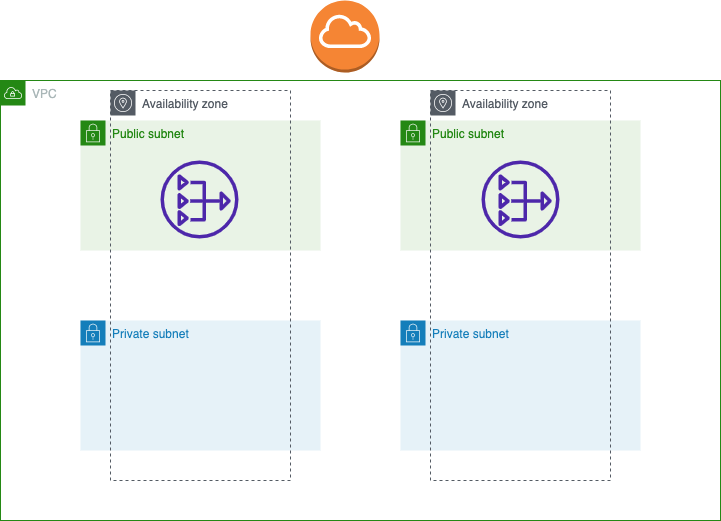
The draw.io diagram iac-tf.drawio.png in kpng/iac-tf, before a commit. Source tidied: cells renumbered, new cells last; positions are measured from the earlier drawing's top-left corner, leaving out a move shared by most shapes.
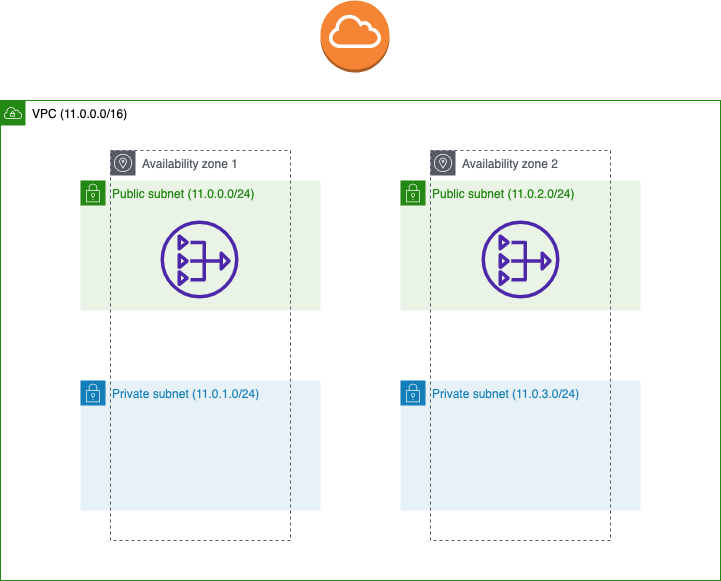
After the commit.

What changed in the source:
```diff
@@ -2,35 +2,35 @@
   <root>
     <mxCell id="0" />
     <mxCell id="1" parent="0" />
-    <mxCell id="2" value="VPC" style="gradientColor=none;html=1;whiteSpace=wrap;fontSize=12;fontStyle=0;shape=mxgraph.aws4.group;grIcon=mxgraph.aws4.group_vpc;strokeColor=#248814;fillColor=none;verticalAlign=top;align=left;spacingLeft=30;fontColor=#AAB7B8;dashed=0;" parent="1" vertex="1">
-      <mxGeometry y="80" width="720" height="440" as="geometry" />
+    <mxCell id="2" value="&lt;font color=&quot;#000000&quot;&gt;VPC (11.0.0.0/16)&lt;/font&gt;" style="gradientColor=none;html=1;whiteSpace=wrap;fontSize=12;fontStyle=0;shape=mxgraph.aws4.group;grIcon=mxgraph.aws4.group_vpc;strokeColor=#248814;fillColor=none;verticalAlign=top;align=left;spacingLeft=30;fontColor=#AAB7B8;dashed=0;" parent="1" vertex="1">
+      <mxGeometry y="40" width="720" height="480" as="geometry" />
     </mxCell>
-    <mxCell id="3" value="Private subnet" style="gradientColor=none;html=1;whiteSpace=wrap;fontSize=12;fontStyle=0;shape=mxgraph.aws4.group;grIcon=mxgraph.aws4.group_security_group;grStroke=0;strokeColor=#147EBA;fillColor=#E6F2F8;verticalAlign=top;align=left;spacingLeft=30;fontColor=#147EBA;dashed=0;" parent="2" vertex="1">
-      <mxGeometry x="80" y="240" width="240" height="130" as="geometry" />
+    <mxCell id="3" value="Private subnet (11.0.1.0/24)" style="gradientColor=none;html=1;whiteSpace=wrap;fontSize=12;fontStyle=0;shape=mxgraph.aws4.group;grIcon=mxgraph.aws4.group_security_group;grStroke=0;strokeColor=#147EBA;fillColor=#E6F2F8;verticalAlign=top;align=left;spacingLeft=30;fontColor=#147EBA;dashed=0;" parent="2" vertex="1">
+      <mxGeometry x="80" y="280" width="240" height="130" as="geometry" />
     </mxCell>
-    <mxCell id="4" value="Public subnet" style="gradientColor=none;html=1;whiteSpace=wrap;fontSize=12;fontStyle=0;shape=mxgraph.aws4.group;grIcon=mxgraph.aws4.group_security_group;grStroke=0;strokeColor=#248814;fillColor=#E9F3E6;verticalAlign=top;align=left;spacingLeft=30;fontColor=#248814;dashed=0;" parent="2" vertex="1">
-      <mxGeometry x="80" y="40" width="240" height="130" as="geometry" />
+    <mxCell id="4" value="Public subnet (11.0.0.0/24)" style="gradientColor=none;html=1;whiteSpace=wrap;fontSize=12;fontStyle=0;shape=mxgraph.aws4.group;grIcon=mxgraph.aws4.group_security_group;grStroke=0;strokeColor=#248814;fillColor=#E9F3E6;verticalAlign=top;align=left;spacingLeft=30;fontColor=#248814;dashed=0;" parent="2" vertex="1">
+      <mxGeometry x="80" y="80" width="240" height="130" as="geometry" />
     </mxCell>
-    <mxCell id="5" value="Availability zone" style="sketch=0;gradientColor=none;html=1;whiteSpace=wrap;fontSize=12;fontStyle=0;shape=mxgraph.aws4.group;grIcon=mxgraph.aws4.group_availability_zone;strokeColor=#545B64;fillColor=none;verticalAlign=top;align=left;spacingLeft=30;fontColor=#545B64;dashed=1;" parent="4" vertex="1">
+    <mxCell id="5" value="Availability zone 1" style="sketch=0;gradientColor=none;html=1;whiteSpace=wrap;fontSize=12;fontStyle=0;shape=mxgraph.aws4.group;grIcon=mxgraph.aws4.group_availability_zone;strokeColor=#545B64;fillColor=none;verticalAlign=top;align=left;spacingLeft=30;fontColor=#545B64;dashed=1;" parent="4" vertex="1">
       <mxGeometry x="30" y="-30" width="180" height="390" as="geometry" />
     </mxCell>
     <mxCell id="6" style="sketch=0;fontColor=#232F3E;gradientColor=none;fillColor=#4D27AA;strokeColor=none;dashed=0;verticalLabelPosition=bottom;verticalAlign=top;align=center;html=1;fontSize=12;fontStyle=0;shape=mxgraph.aws4.nat_gateway;" parent="4" vertex="1">
       <mxGeometry x="80" y="40" width="78" height="78" as="geometry" />
     </mxCell>
-    <mxCell id="7" value="Public subnet" style="gradientColor=none;html=1;whiteSpace=wrap;fontSize=12;fontStyle=0;shape=mxgraph.aws4.group;grIcon=mxgraph.aws4.group_security_group;grStroke=0;strokeColor=#248814;fillColor=#E9F3E6;verticalAlign=top;align=left;spacingLeft=30;fontColor=#248814;dashed=0;" parent="2" vertex="1">
-      <mxGeometry x="400" y="40" width="240" height="130" as="geometry" />
+    <mxCell id="7" value="Public subnet (11.0.2.0/24)" style="gradientColor=none;html=1;whiteSpace=wrap;fontSize=12;fontStyle=0;shape=mxgraph.aws4.group;grIcon=mxgraph.aws4.group_security_group;grStroke=0;strokeColor=#248814;fillColor=#E9F3E6;verticalAlign=top;align=left;spacingLeft=30;fontColor=#248814;dashed=0;" parent="2" vertex="1">
+      <mxGeometry x="400" y="80" width="240" height="130" as="geometry" />
     </mxCell>
-    <mxCell id="8" value="Private subnet" style="gradientColor=none;html=1;whiteSpace=wrap;fontSize=12;fontStyle=0;shape=mxgraph.aws4.group;grIcon=mxgraph.aws4.group_security_group;grStroke=0;strokeColor=#147EBA;fillColor=#E6F2F8;verticalAlign=top;align=left;spacingLeft=30;fontColor=#147EBA;dashed=0;" parent="2" vertex="1">
-      <mxGeometry x="400" y="240" width="240" height="130" as="geometry" />
+    <mxCell id="8" value="Private subnet (11.0.3.0/24)" style="gradientColor=none;html=1;whiteSpace=wrap;fontSize=12;fontStyle=0;shape=mxgraph.aws4.group;grIcon=mxgraph.aws4.group_security_group;grStroke=0;strokeColor=#147EBA;fillColor=#E6F2F8;verticalAlign=top;align=left;spacingLeft=30;fontColor=#147EBA;dashed=0;" parent="2" vertex="1">
+      <mxGeometry x="400" y="280" width="240" height="130" as="geometry" />
     </mxCell>
-    <mxCell id="9" value="Availability zone" style="sketch=0;gradientColor=none;html=1;whiteSpace=wrap;fontSize=12;fontStyle=0;shape=mxgraph.aws4.group;grIcon=mxgraph.aws4.group_availability_zone;strokeColor=#545B64;fillColor=none;verticalAlign=top;align=left;spacingLeft=30;fontColor=#545B64;dashed=1;" parent="2" vertex="1">
-      <mxGeometry x="430" y="10" width="180" height="390" as="geometry" />
+    <mxCell id="9" value="Availability zone 2" style="sketch=0;gradientColor=none;html=1;whiteSpace=wrap;fontSize=12;fontStyle=0;shape=mxgraph.aws4.group;grIcon=mxgraph.aws4.group_availability_zone;strokeColor=#545B64;fillColor=none;verticalAlign=top;align=left;spacingLeft=30;fontColor=#545B64;dashed=1;" parent="2" vertex="1">
+      <mxGeometry x="430" y="50" width="180" height="390" as="geometry" />
     </mxCell>
     <mxCell id="10" style="sketch=0;fontColor=#232F3E;gradientColor=none;fillColor=#4D27AA;strokeColor=none;dashed=0;verticalLabelPosition=bottom;verticalAlign=top;align=center;html=1;fontSize=12;fontStyle=0;shape=mxgraph.aws4.nat_gateway;" parent="2" vertex="1">
-      <mxGeometry x="481" y="80" width="78" height="78" as="geometry" />
+      <mxGeometry x="481" y="120" width="78" height="78" as="geometry" />
     </mxCell>
     <mxCell id="11" style="dashed=0;verticalLabelPosition=bottom;verticalAlign=top;align=center;html=1;shape=mxgraph.aws3.internet_gateway;fillColor=#F58534;gradientColor=none;" parent="1" vertex="1">
-      <mxGeometry x="310" width="69" height="72" as="geometry" />
+      <mxGeometry x="320" y="-60" width="69" height="72" as="geometry" />
     </mxCell>
   </root>
 </mxGraphModel>
```
